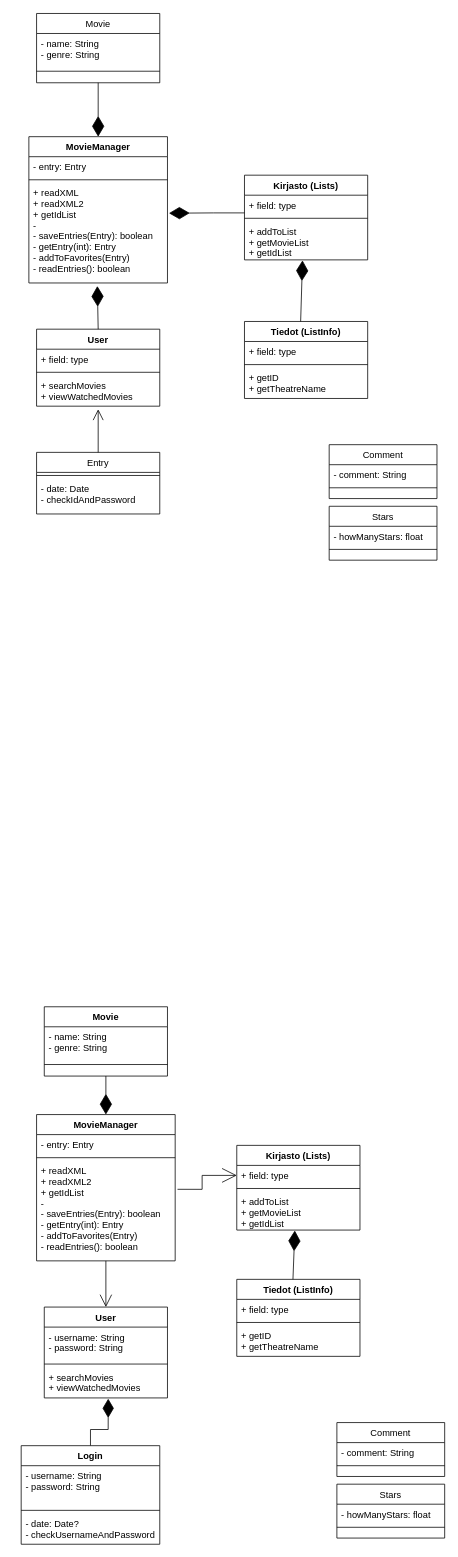
Earlier version of the draw.io diagram Untitled Diagram.drawio (DeveloperLauri/UML-charts-draw.io). Source tidied: cells renumbered, new cells numbered last; positions are measured from the earlier drawing's top-left corner, leaving out a move shared by most shapes. Both pictures are drawn from the tidied source at 77%, with x=0, y=0 at pixel (21, 13).
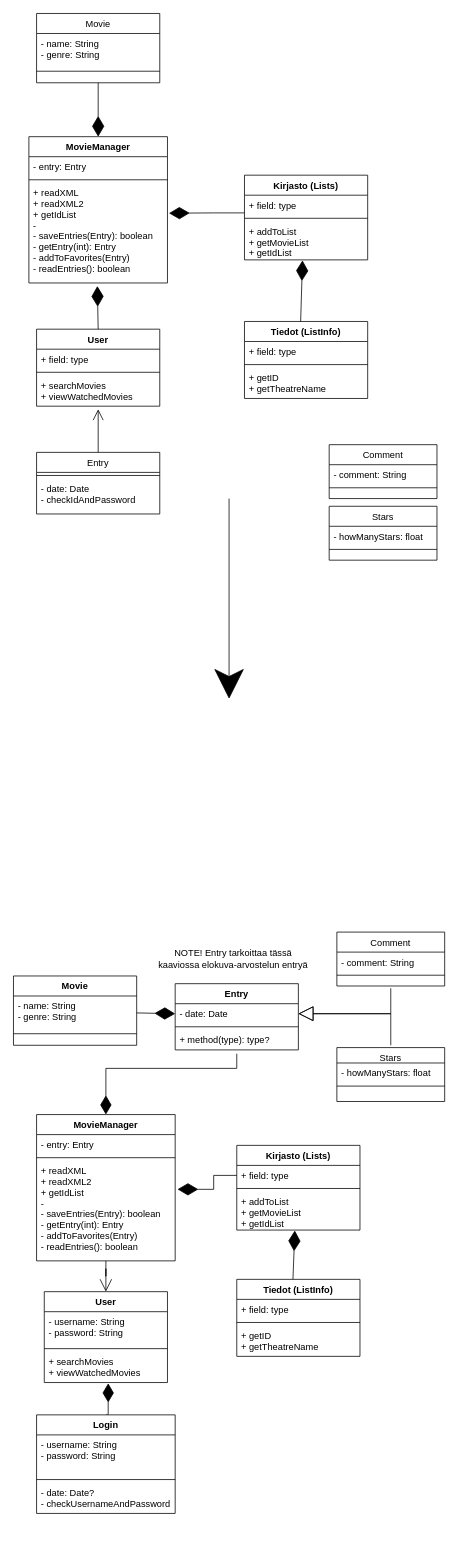
After the change.

The change refers to these unchanged cells:
```xml
<mxCell id="43" value="- name: String&#10;- genre: String" style="text;align=left;verticalAlign=top;spacingLeft=4;spacingRight=4;overflow=hidden;points=[[0,0.5],[1,0.5]];portConstraint=eastwest;rounded=0;shadow=0;html=0;" parent="42" vertex="1">
  <mxGeometry y="26" width="160" height="44" as="geometry" />
</mxCell>
<mxCell id="46" value="MovieManager" style="swimlane;fontStyle=1;align=center;verticalAlign=top;horizontal=1;startSize=26;" parent="1" vertex="1">
  <mxGeometry x="20" y="1430" width="180" height="190" as="geometry" />
</mxCell>
<mxCell id="49" value="+ readXML&#10;+ readXML2&#10;+ getIdList&#10;-&#10;- saveEntries(Entry): boolean&#10;- getEntry(int): Entry&#10;- addToFavorites(Entry)&#10;- readEntries(): boolean" style="text;strokeColor=none;fillColor=none;align=left;verticalAlign=top;spacingLeft=4;spacingRight=4;overflow=hidden;points=[[0,0.5],[1,0.5]];portConstraint=eastwest;" parent="46" vertex="1">
  <mxGeometry y="60" width="180" height="130" as="geometry" />
</mxCell>
<mxCell id="55" value="+ field: type" style="text;strokeColor=none;fillColor=none;align=left;verticalAlign=top;spacingLeft=4;spacingRight=4;overflow=hidden;points=[[0,0.5],[1,0.5]];portConstraint=eastwest;" parent="54" vertex="1">
  <mxGeometry y="26" width="160" height="26" as="geometry" />
</mxCell>
```

What changed in the source:
```diff
@@
+    <mxCell id="69" style="edgeStyle=orthogonalEdgeStyle;rounded=0;jettySize=auto;html=1;entryX=1;entryY=0.5;entryDx=0;entryDy=0;startArrow=none;startFill=0;endArrow=block;endFill=0;startSize=17;endSize=17;sourcePerimeterSpacing=3;targetPerimeterSpacing=3;" parent="1" edge="1" source="36" target="73">
+      <mxGeometry relative="1" as="geometry" />
+    </mxCell>
-    <mxCell id="36" value="Stars" style="swimlane;fontStyle=0;align=center;verticalAlign=top;horizontal=1;startSize=26;rounded=0;shadow=0;strokeWidth=1;" parent="1" vertex="1">
-      <mxGeometry x="410" y="1910" width="140" height="70" as="geometry" />
+    <mxCell id="36" value="Stars" style="swimlane;fontStyle=0;align=center;verticalAlign=top;horizontal=1;startSize=20;rounded=0;shadow=0;strokeWidth=1;" parent="1" vertex="1">
+      <mxGeometry x="410" y="1343" width="140" height="70" as="geometry" />
     </mxCell>
     <mxCell id="37" value="- howManyStars: float" style="text;align=left;verticalAlign=top;spacingLeft=4;spacingRight=4;overflow=hidden;" parent="36" vertex="1">
-      <mxGeometry y="26" width="140" height="26" as="geometry" />
+      <mxGeometry y="20" width="140" height="26" as="geometry" />
     </mxCell>
     <mxCell id="38" style="line;html=1;strokeWidth=1;align=left;verticalAlign=middle;spacingTop=-1;spacingLeft=3;spacingRight=3;labelPosition=right;" parent="36" vertex="1">
-      <mxGeometry y="52" width="140" height="8" as="geometry" />
+      <mxGeometry y="46" width="140" height="8" as="geometry" />
     </mxCell>
+    <mxCell id="70" style="edgeStyle=orthogonalEdgeStyle;rounded=0;jettySize=auto;html=1;entryX=1;entryY=0.5;entryDx=0;entryDy=0;startArrow=none;startFill=0;endArrow=block;endFill=0;startSize=17;endSize=17;sourcePerimeterSpacing=3;targetPerimeterSpacing=3;" parent="1" edge="1" source="39" target="73">
+      <mxGeometry relative="1" as="geometry" />
+    </mxCell>
     <mxCell id="39" value="Comment" style="swimlane;fontStyle=0;align=center;verticalAlign=top;horizontal=1;startSize=26;rounded=0;shadow=0;strokeWidth=1;" parent="1" vertex="1">
-      <mxGeometry x="410" y="1830" width="140" height="70" as="geometry" />
+      <mxGeometry x="410" y="1193" width="140" height="70" as="geometry" />
     </mxCell>
@@
+    <mxCell id="71" style="edgeStyle=orthogonalEdgeStyle;rounded=0;jettySize=auto;html=1;entryX=0.5;entryY=0;entryDx=0;entryDy=0;startArrow=none;startFill=0;endArrow=diamondThin;endFill=1;startSize=17;endSize=22;sourcePerimeterSpacing=3;targetPerimeterSpacing=3;exitX=0.5;exitY=1.192;exitDx=0;exitDy=0;exitPerimeter=0;" parent="1" edge="1" source="75" target="46">
+      <mxGeometry relative="1" as="geometry">
+        <Array as="points">
+          <mxPoint x="280" y="1370" />
+          <mxPoint x="110" y="1370" />
+        </Array>
+      </mxGeometry>
+    </mxCell>
     <mxCell id="42" value="Movie" style="swimlane;fontStyle=1;align=center;verticalAlign=top;horizontal=1;startSize=26;rounded=0;shadow=0;strokeWidth=1;" parent="1" vertex="1">
-      <mxGeometry x="30" y="1290" width="160" height="90" as="geometry" />
+      <mxGeometry x="-10" y="1250" width="160" height="90" as="geometry" />
     </mxCell>
@@
     <mxCell id="50" value="User" style="swimlane;fontStyle=1;align=center;verticalAlign=top;horizontal=1;startSize=26;" parent="1" vertex="1">
-      <mxGeometry x="30" y="1680" width="160" height="118" as="geometry" />
+      <mxGeometry x="30" y="1660" width="160" height="118" as="geometry" />
     </mxCell>
@@
-    <mxCell id="63" style="endArrow=diamondThin;endFill=1;endSize=24;html=1;rounded=0;exitX=0.5;exitY=1;exitDx=0;exitDy=0;entryX=0.5;entryY=0;entryDx=0;entryDy=0;" parent="1" edge="1" source="42" target="46">
+    <mxCell id="63" style="endArrow=diamondThin;endFill=1;endSize=24;html=1;rounded=0;exitX=1;exitY=0.5;exitDx=0;exitDy=0;entryX=0;entryY=0.5;entryDx=0;entryDy=0;" parent="1" edge="1" source="43" target="73">
       <mxGeometry relative="1" as="geometry" />
     </mxCell>
-    <mxCell id="64" style="edgeStyle=orthogonalEdgeStyle;rounded=0;jettySize=auto;html=1;exitX=0;exitY=0.5;exitDx=0;exitDy=0;entryX=1.017;entryY=0.285;entryDx=0;entryDy=0;entryPerimeter=0;endArrow=none;endFill=0;endSize=24;startArrow=open;startFill=0;targetPerimeterSpacing=3;sourcePerimeterSpacing=3;startSize=17;" parent="1" edge="1" source="55" target="49">
+    <mxCell id="64" style="edgeStyle=orthogonalEdgeStyle;rounded=0;jettySize=auto;html=1;exitX=0;exitY=0.5;exitDx=0;exitDy=0;entryX=1.017;entryY=0.285;entryDx=0;entryDy=0;entryPerimeter=0;endArrow=diamondThin;endFill=1;endSize=24;startArrow=none;startFill=0;targetPerimeterSpacing=3;sourcePerimeterSpacing=3;startSize=17;" parent="1" edge="1" source="55" target="49">
       <mxGeometry relative="1" as="geometry" />
     </mxCell>
     <mxCell id="65" value="Login" style="swimlane;fontStyle=1;align=center;verticalAlign=top;horizontal=1;startSize=26;" parent="1" vertex="1">
-      <mxGeometry y="1860" width="180" height="128" as="geometry" />
+      <mxGeometry x="20" y="1820" width="180" height="128" as="geometry" />
     </mxCell>
@@
+    <mxCell id="72" value="Entry" style="swimlane;fontStyle=1;align=center;verticalAlign=top;horizontal=1;startSize=26;" parent="1" vertex="1">
+      <mxGeometry x="200" y="1260" width="160" height="86" as="geometry" />
+    </mxCell>
+    <mxCell id="73" value="- date: Date" style="text;strokeColor=none;fillColor=none;align=left;verticalAlign=top;spacingLeft=4;spacingRight=4;overflow=hidden;points=[[0,0.5],[1,0.5]];portConstraint=eastwest;" parent="72" vertex="1">
+      <mxGeometry y="26" width="160" height="26" as="geometry" />
+    </mxCell>
+    <mxCell id="74" style="line;strokeWidth=1;fillColor=none;align=left;verticalAlign=middle;spacingTop=-1;spacingLeft=3;spacingRight=3;labelPosition=right;" parent="72" vertex="1">
+      <mxGeometry y="52" width="160" height="8" as="geometry" />
+    </mxCell>
+    <mxCell id="75" value="+ method(type): type?" style="text;strokeColor=none;fillColor=none;align=left;verticalAlign=top;spacingLeft=4;spacingRight=4;overflow=hidden;points=[[0,0.5],[1,0.5]];portConstraint=eastwest;" parent="72" vertex="1">
+      <mxGeometry y="60" width="160" height="26" as="geometry" />
+    </mxCell>
+    <mxCell id="76" value="NOTE! Entry tarkoittaa tässä&lt;br&gt;kaaviossa elokuva-arvostelun entryä" style="text;html=1;align=center;verticalAlign=middle;strokeColor=none;fillColor=none;" parent="1" vertex="1">
+      <mxGeometry x="170" y="1213" width="210" height="30" as="geometry" />
+    </mxCell>
+    <mxCell id="77" style="endArrow=classic;html=1;rounded=0;startSize=17;endSize=36;sourcePerimeterSpacing=3;targetPerimeterSpacing=3;" parent="1" edge="1">
+      <mxGeometry relative="1" as="geometry">
+        <mxPoint x="270" y="630" as="sourcePoint" />
+        <mxPoint x="270" y="890" as="targetPoint" />
+      </mxGeometry>
+    </mxCell>
```
